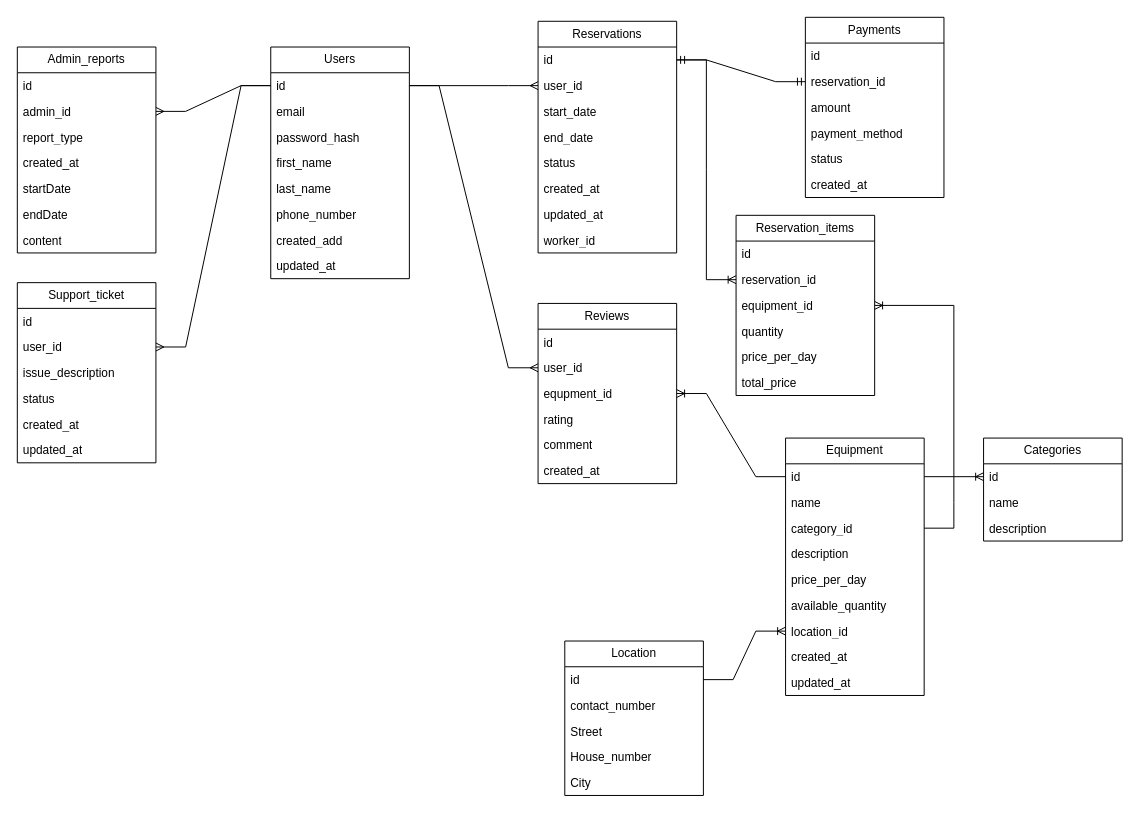
Above: dokumentacja/diagramBDN.drawio in kacperoskyyy/ZSPP (draw.io), before the change. Source tidied: cells renumbered, new cells numbered last; positions are measured from the earlier drawing's top-left corner, leaving out a move shared by most shapes. Both pictures are drawn from the tidied source at 99%, with x=0, y=0 at pixel (17, 17).
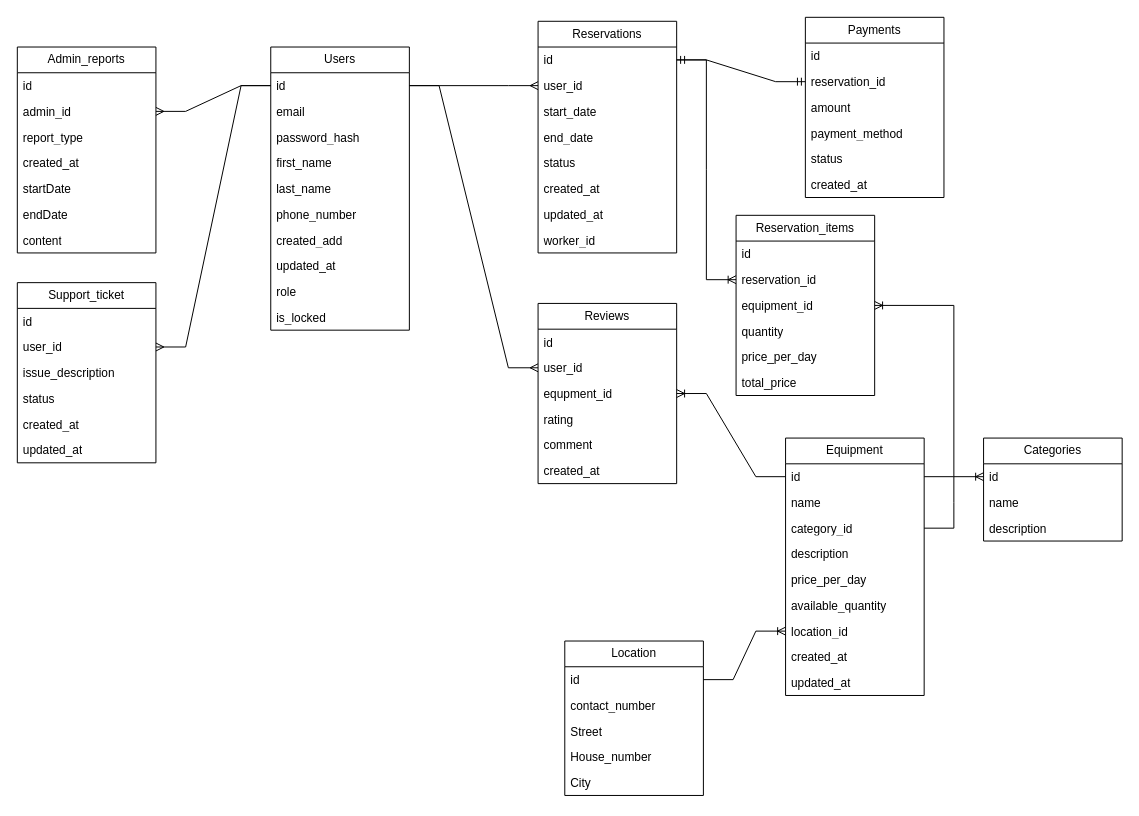
The same page after the edit.

Change to the diagram source:
```diff
@@
     <mxCell id="2" value="Users" style="swimlane;fontStyle=0;horizontal=1;startSize=26;fillColor=none;whiteSpace=wrap;html=1;" parent="1" vertex="1">
-      <mxGeometry x="256" y="30" width="140" height="234" as="geometry" />
+      <mxGeometry x="256" y="30" width="140" height="286" as="geometry" />
     </mxCell>
@@
+    <mxCell id="86" value="role" style="text;strokeColor=none;fillColor=none;align=left;verticalAlign=top;spacingLeft=4;spacingRight=4;overflow=hidden;whiteSpace=wrap;html=1;" parent="2" vertex="1">
+      <mxGeometry y="234" width="140" height="26" as="geometry" />
+    </mxCell>
+    <mxCell id="87" value="is_locked" style="text;strokeColor=none;fillColor=none;align=left;verticalAlign=top;spacingLeft=4;spacingRight=4;overflow=hidden;whiteSpace=wrap;html=1;" parent="2" vertex="1">
+      <mxGeometry y="260" width="140" height="26" as="geometry" />
+    </mxCell>
```
